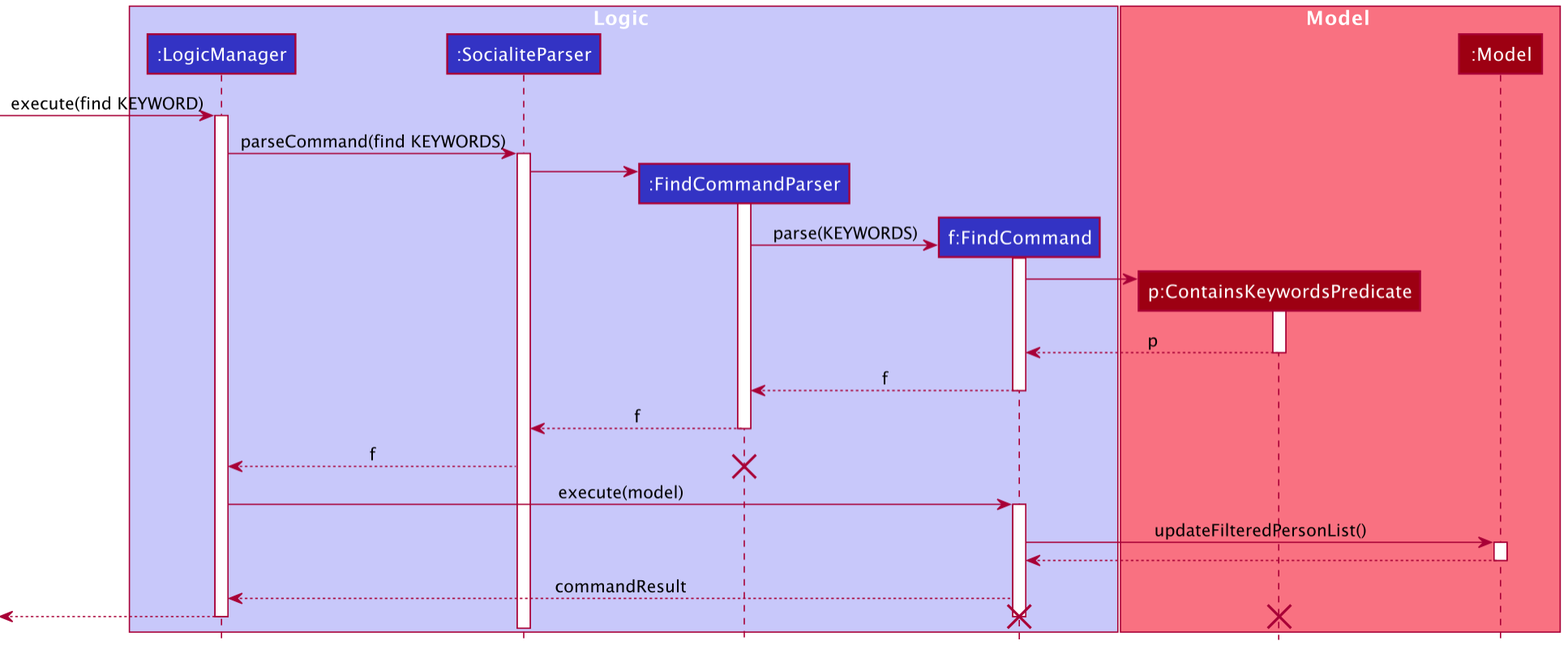
This is docs/images/FindSequenceDiagram.png from stanley-1/tp, a PlantUML export, as it was before one commit. Its source is kept beside it as docs/diagrams/FindSequenceDiagram.puml. Source of this version:
```plantuml
@startuml
!include style.puml

box Logic LOGIC_COLOR_T1
participant ":LogicManager" as LogicManager LOGIC_COLOR
participant ":SocialiteParser" as SocialiteParser LOGIC_COLOR
participant ":FindCommandParser" as FindCommandParser LOGIC_COLOR
participant "f:FindCommand" as FindCommand LOGIC_COLOR
end box

box Model MODEL_COLOR_T1
participant "p:ContainsKeywordsPredicate" as ContainsKeywordsPredicate MODEL_COLOR
participant ":Model" as Model MODEL_COLOR
end box

[-> LogicManager : execute(find KEYWORD)
activate LogicManager

LogicManager -> SocialiteParser : parseCommand(find KEYWORDS)
activate SocialiteParser

create FindCommandParser
SocialiteParser -> FindCommandParser
activate FindCommandParser

create FindCommand
FindCommandParser -> FindCommand : parse(KEYWORDS)
activate FindCommand

create ContainsKeywordsPredicate
FindCommand -> ContainsKeywordsPredicate
activate ContainsKeywordsPredicate
ContainsKeywordsPredicate --> FindCommand : p
deactivate ContainsKeywordsPredicate

FindCommand --> FindCommandParser : f
deactivate FindCommand

FindCommandParser --> SocialiteParser:f
deactivate FindCommandParser

SocialiteParser --> LogicManager:f
destroy FindCommandParser


LogicManager -> FindCommand : execute(model)
activate FindCommand

FindCommand -> Model : updateFilteredPersonList()
activate Model

Model --> FindCommand :
deactivate Model

FindCommand --> LogicManager : commandResult


[<--LogicManager
deactivate LogicManager
destroy FindCommand
destroy ContainsKeywordsPredicate

@enduml
```
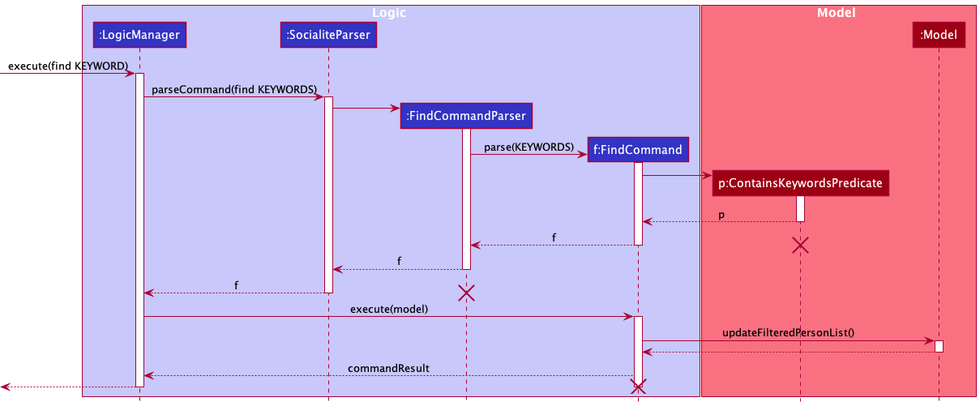
The same diagram one commit later.

Change to the diagram source:
```diff
@@ -34,12 +34,14 @@
 deactivate ContainsKeywordsPredicate
 
 FindCommand --> FindCommandParser : f
+destroy ContainsKeywordsPredicate
 deactivate FindCommand
 
 FindCommandParser --> SocialiteParser:f
 deactivate FindCommandParser
 
 SocialiteParser --> LogicManager:f
+deactivate SocialiteParser
 destroy FindCommandParser
 
 
@@ -58,6 +60,5 @@
 [<--LogicManager
 deactivate LogicManager
 destroy FindCommand
-destroy ContainsKeywordsPredicate
 
 @enduml
```
